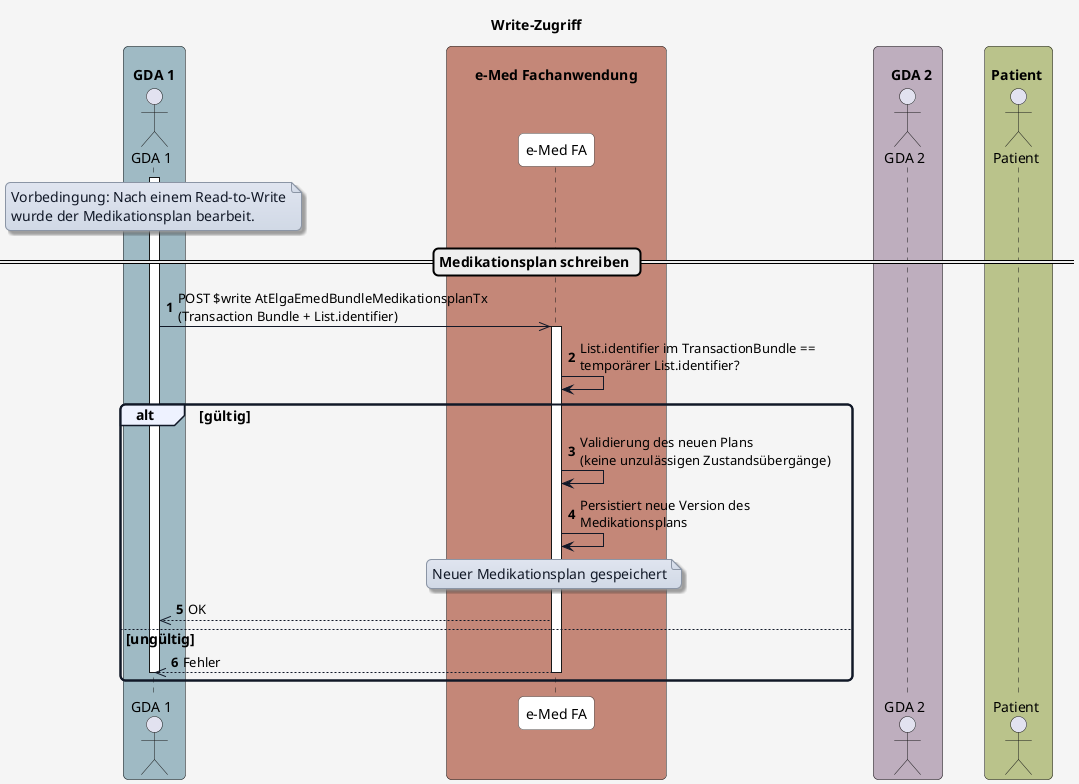
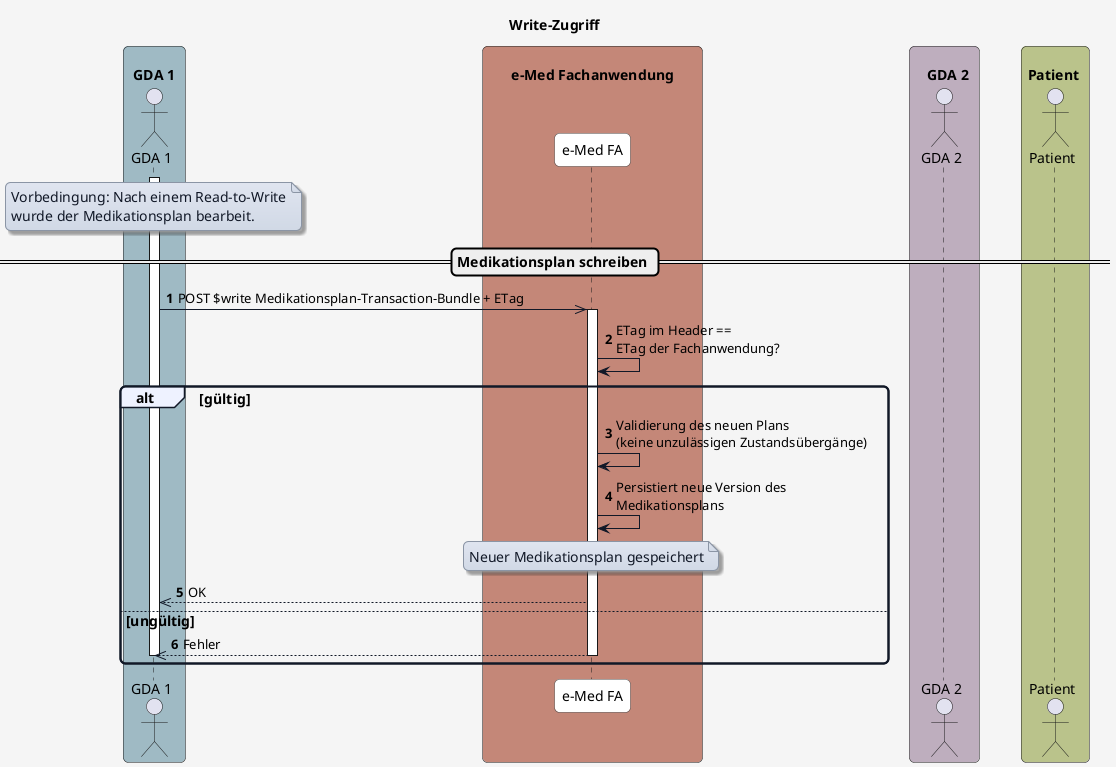
@startuml
title Write-Zugriff
skinparam borderColor #000000
skinparam backgroundColor #f5f5f5
skinparam shadowing false
skinparam roundCorner 10
skinparam defaultFontName "Arial"
skinparam defaultFontSize 14
skinparam defaultFontColor #000000

skinparam note {
  BackgroundColor #e0e5f0-#d1d9e6
  BorderColor #8b95a5
  BorderThickness 1
  RoundCorner 8
  Padding 6
  FontColor #111827
  Shadowing true
}

skinparam HyperlinkColor #0000EE
skinparam HyperlinkUnderline false

skinparam sequence {
  ParticipantBorderColor #555555
  ParticipantBackgroundColor #ffffff
  ParticipantFontColor #000000
  ParticipantFontSize 14
  ParticipantPadding 20
  ArrowColor #111827
  ArrowThickness 1
  ArrowFontColor #000000
  ArrowFontSize 13
  GroupBorderColor #111827
  GroupBackgroundColor #eef2ff
  GroupBorderThickness 2
}

skinparam BoxPadding 20
skinparam BoxBorderColor #555555

box "\n  GDA 1  " #9fbac4
  actor GDA_1 as "GDA 1"
end box

box "\n       e-Med Fachanwendung       " #C48778
  participant eMed_FA as "e-Med FA"
end box

box "\n    GDA 2  " #beaebe
  actor GDA_2 as "GDA 2"
end box

box "\n Patient  " #bac38b
  actor Patient as "Patient"
end box


autonumber

activate GDA_1

note over GDA_1
Vorbedingung: Nach einem Read-to-Write
wurde der Medikationsplan bearbeit.
end note

== Medikationsplan schreiben ==

- GDA_1 ->> eMed_FA: POST $write AtElgaEmedBundleMedikationsplanTx\n(Transaction Bundle + List.identifier)
+ GDA_1 ->> eMed_FA: POST $write Medikationsplan-Transaction-Bundle + ETag

activate eMed_FA
- eMed_FA -> eMed_FA: List.identifier im TransactionBundle ==\ntemporärer List.identifier?
+ eMed_FA -> eMed_FA: ETag im Header ==\nETag der Fachanwendung?

alt gültig
  eMed_FA -> eMed_FA: Validierung des neuen Plans\n(keine unzulässigen Zustandsübergänge)
  eMed_FA -> eMed_FA: Persistiert neue Version des\nMedikationsplans

  note over eMed_FA
  Neuer Medikationsplan gespeichert
  end note

  eMed_FA -->> GDA_1: OK

else ungültig

  eMed_FA -->> GDA_1: Fehler

  deactivate GDA_1
  deactivate eMed_FA
end


@enduml